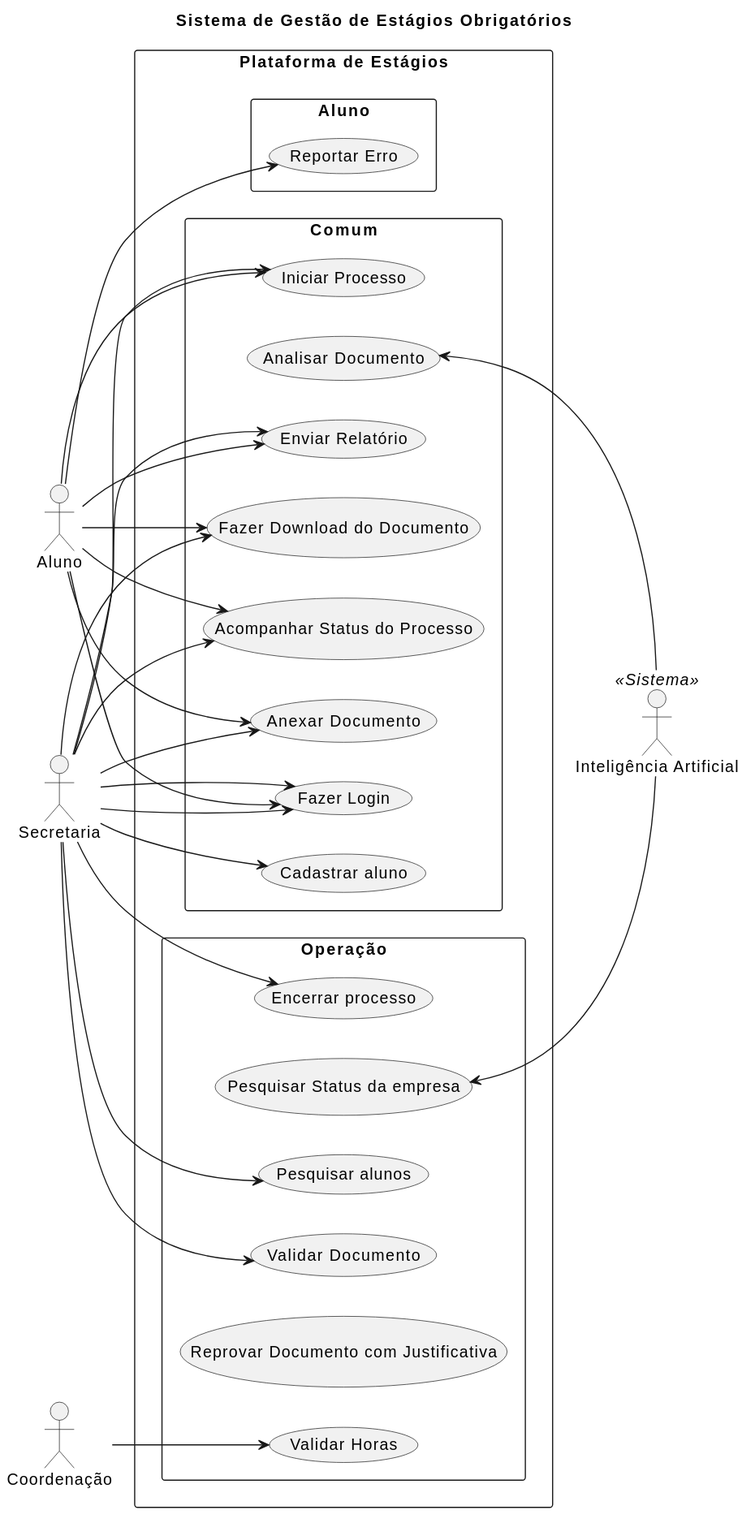
The PlantUML diagram assets/Diagramas/out/casos_de_uso.svg in Projetos-de-Extensao/PBE_26.1_8002_III, before a commit. Source of this version:
```plantuml
@startuml
title Sistema de Gestão de Estágios Obrigatórios
left to right direction
skinparam packageStyle rectangle

actor "Aluno" as aluno
actor "Secretaria" as sec
actor "Coordenação" as coord

actor "Inteligência Artificial" as ia <<Sistema>>

rectangle "Plataforma de Estágios" {

package "Comum" {
usecase "Acompanhar Status do Processo" as acompanhar
usecase "Anexar Documento" as enviar
usecase "Fazer Download do Documento" as download
usecase "Iniciar Processo" as iniciar
usecase "Enviar Relatório" as enviarHoras
usecase "Fazer Login" as login
usecase "Analisar Documento" as analisarDoc
usecase "Cadastrar aluno" as cadastrarAluno

}
package "Aluno" {
usecase "Reportar Erro" as reportarErro
}

package "Operação" {
usecase "Validar Documento" as validarDoc
usecase "Reprovar Documento com Justificativa" as reprovarJustificativa
usecase "Pesquisar alunos" as pesquisarAlunos
usecase "Encerrar processo" as encerrar
usecase "Cadastrar aluno" as cadastrarAluno
usecase "Pesquisar Status da empresa" as pesquisarStatus
usecase "Validar Horas" as validarHoras
}


}

aluno --> iniciar
aluno --> enviar
aluno --> acompanhar
aluno --> reportarErro
aluno --> download
aluno --> enviarHoras
aluno --> login

sec --> validarDoc

sec --> pesquisarAlunos
sec --> encerrar
sec --> cadastrarAluno
sec --> login
sec --> iniciar
sec --> enviar
sec --> acompanhar
sec --> download
sec --> enviarHoras
sec --> login

analisarDoc <-- ia
pesquisarStatus <-- ia

coord --> validarHoras
@enduml
```
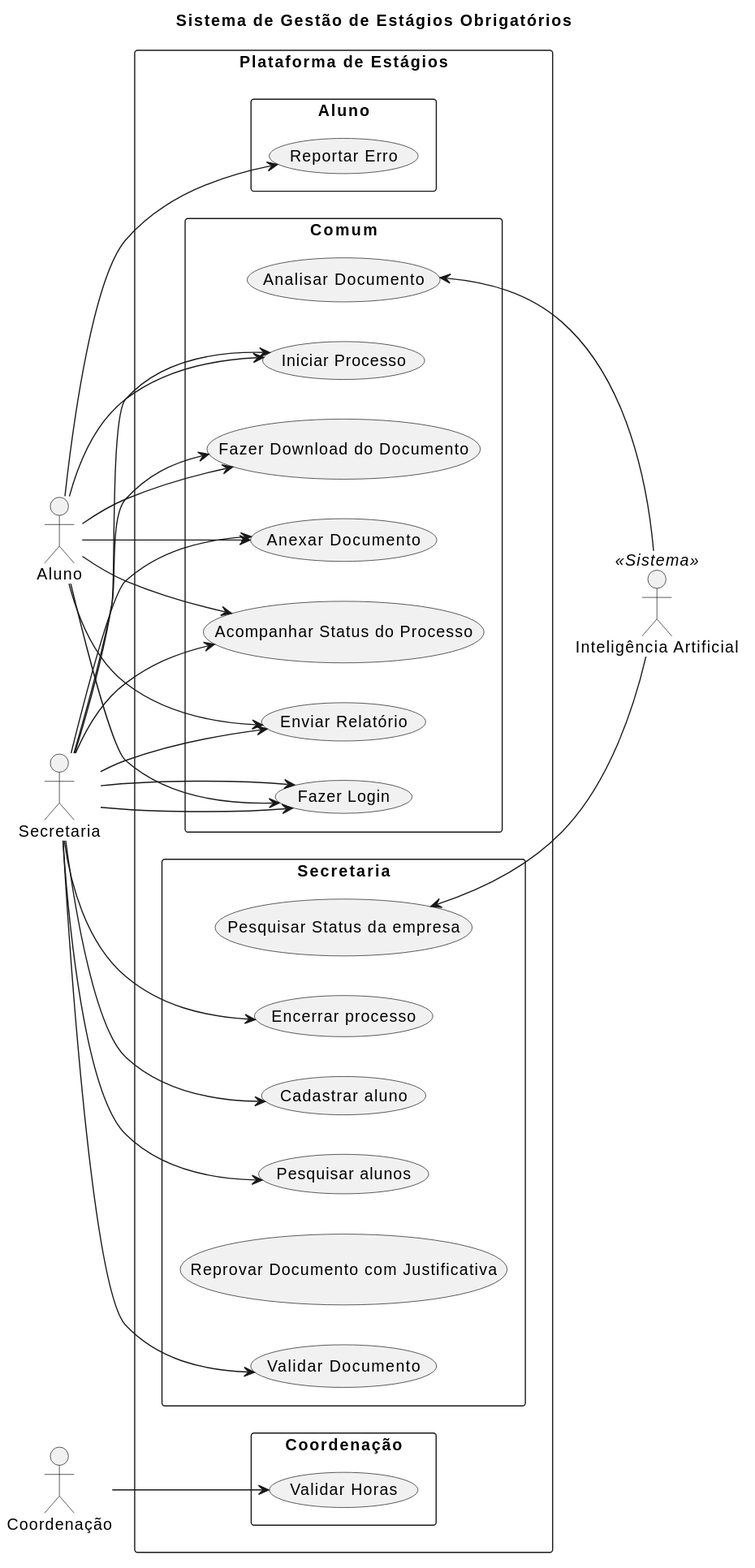
Later version of the same file.

What changed in the source:
```diff
@@ -19,23 +19,25 @@
 usecase "Enviar Relatório" as enviarHoras
 usecase "Fazer Login" as login
 usecase "Analisar Documento" as analisarDoc
-usecase "Cadastrar aluno" as cadastrarAluno
 
 }
 package "Aluno" {
 usecase "Reportar Erro" as reportarErro
 }
 
-package "Operação" {
+package "Secretaria" {
 usecase "Validar Documento" as validarDoc
 usecase "Reprovar Documento com Justificativa" as reprovarJustificativa
 usecase "Pesquisar alunos" as pesquisarAlunos
+usecase "Cadastrar aluno" as cadastrarAluno
 usecase "Encerrar processo" as encerrar
 usecase "Cadastrar aluno" as cadastrarAluno
 usecase "Pesquisar Status da empresa" as pesquisarStatus
+}
+package "Coordenação" {
 usecase "Validar Horas" as validarHoras
+
 }
-
 
 }
 
@@ -48,7 +50,6 @@
 aluno --> login
 
 sec --> validarDoc
-
 sec --> pesquisarAlunos
 sec --> encerrar
 sec --> cadastrarAluno
```
